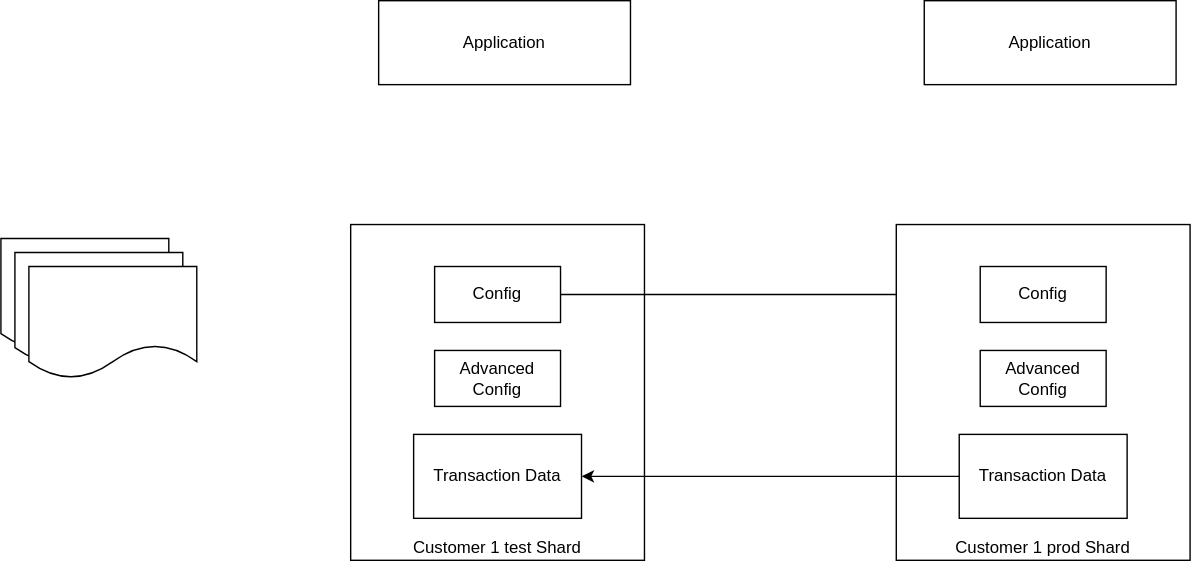
Earlier version of the draw.io export integrationtestingenvironment.svg (vjavle/invoicecloud). Source tidied: cells renumbered, new cells last; positions are measured from the earlier drawing's top-left corner, leaving out a move shared by most shapes.
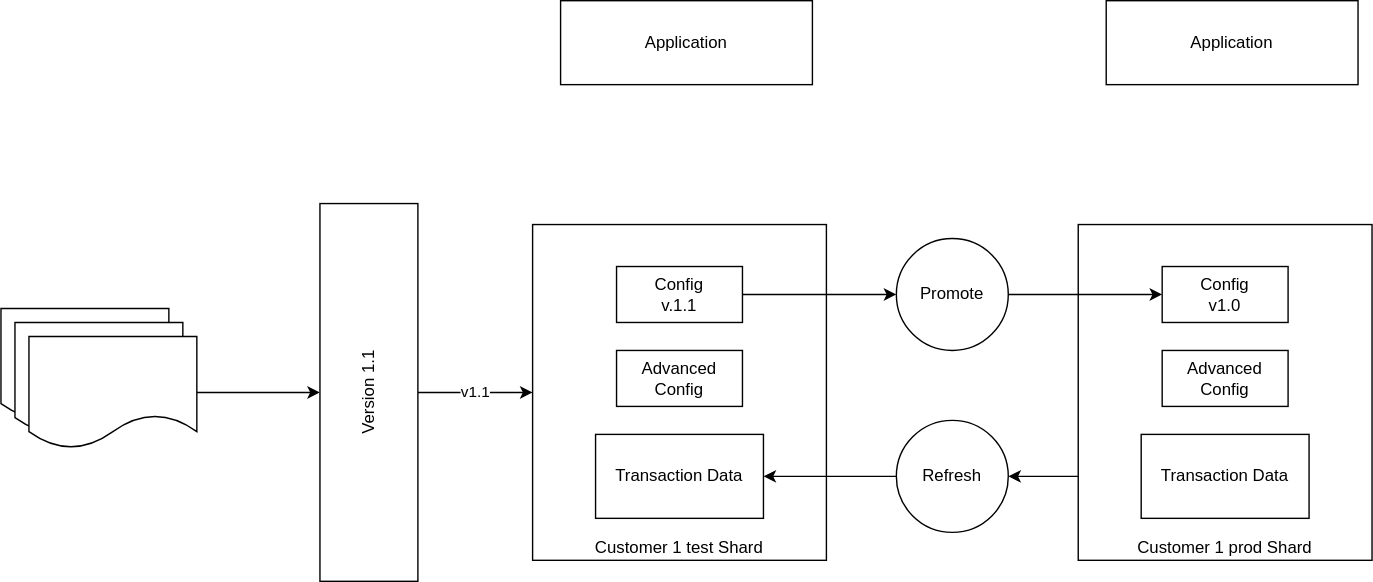
The same file after the commit.

The edit, as a diff of the source:
```diff
@@ -3,21 +3,24 @@
     <mxCell id="0" />
     <mxCell id="1" parent="0" />
     <mxCell id="2" style="shape=document;whiteSpace=wrap;html=1;boundedLbl=1;" parent="1" vertex="1">
-      <mxGeometry y="170" width="120" height="80" as="geometry" />
+      <mxGeometry x="-130" y="220" width="120" height="80" as="geometry" />
     </mxCell>
     <mxCell id="3" style="shape=document;whiteSpace=wrap;html=1;boundedLbl=1;" parent="1" vertex="1">
-      <mxGeometry x="10" y="180" width="120" height="80" as="geometry" />
+      <mxGeometry x="-120" y="230" width="120" height="80" as="geometry" />
     </mxCell>
+    <mxCell id="17" style="edgeStyle=orthogonalEdgeStyle;rounded=0;jettySize=auto;html=1;" parent="1" edge="1" source="4" target="21">
+      <mxGeometry relative="1" as="geometry" />
+    </mxCell>
     <mxCell id="4" style="shape=document;whiteSpace=wrap;html=1;boundedLbl=1;" parent="1" vertex="1">
-      <mxGeometry x="20" y="190" width="120" height="80" as="geometry" />
+      <mxGeometry x="-110" y="240" width="120" height="80" as="geometry" />
     </mxCell>
     <mxCell id="5" value="Customer 1 test Shard" style="rounded=0;whiteSpace=wrap;html=1;verticalAlign=bottom;" parent="1" vertex="1">
       <mxGeometry x="250" y="160" width="210" height="240" as="geometry" />
     </mxCell>
-    <mxCell id="6" style="edgeStyle=orthogonalEdgeStyle;rounded=0;jettySize=auto;html=1;" parent="1" edge="1" source="7" target="12">
-      <mxGeometry relative="1" as="geometry" />
-    </mxCell>
+    <mxCell id="18" style="edgeStyle=orthogonalEdgeStyle;rounded=0;jettySize=auto;html=1;" parent="1" edge="1" source="7" target="25">
+      <mxGeometry relative="1" as="geometry" />
+    </mxCell>
-    <mxCell id="7" value="Config" style="rounded=0;whiteSpace=wrap;html=1;" parent="1" vertex="1">
+    <mxCell id="7" value="Config&lt;br&gt;v.1.1" style="rounded=0;whiteSpace=wrap;html=1;" parent="1" vertex="1">
       <mxGeometry x="310" y="190" width="90" height="40" as="geometry" />
     </mxCell>
     <mxCell id="8" value="Advanced Config" style="rounded=0;whiteSpace=wrap;html=1;" parent="1" vertex="1">
@@ -29,23 +32,46 @@
     <mxCell id="10" value="Application" style="rounded=0;whiteSpace=wrap;html=1;" parent="1" vertex="1">
       <mxGeometry x="270" width="180" height="60" as="geometry" />
     </mxCell>
+    <mxCell id="19" style="edgeStyle=orthogonalEdgeStyle;rounded=0;jettySize=auto;html=1;exitX=0;exitY=0.75;exitDx=0;exitDy=0;" parent="1" edge="1" source="11" target="23">
+      <mxGeometry relative="1" as="geometry" />
+    </mxCell>
     <mxCell id="11" value="&lt;span&gt;Customer 1 prod Shard&lt;/span&gt;" style="rounded=0;whiteSpace=wrap;html=1;verticalAlign=bottom;" parent="1" vertex="1">
       <mxGeometry x="640" y="160" width="210" height="240" as="geometry" />
     </mxCell>
-    <mxCell id="12" value="Config" style="rounded=0;whiteSpace=wrap;html=1;" parent="1" vertex="1">
+    <mxCell id="12" value="Config&lt;br&gt;v1.0" style="rounded=0;whiteSpace=wrap;html=1;" parent="1" vertex="1">
       <mxGeometry x="700" y="190" width="90" height="40" as="geometry" />
     </mxCell>
     <mxCell id="13" value="Advanced Config" style="rounded=0;whiteSpace=wrap;html=1;" parent="1" vertex="1">
       <mxGeometry x="700" y="250" width="90" height="40" as="geometry" />
     </mxCell>
-    <mxCell id="14" style="edgeStyle=orthogonalEdgeStyle;rounded=0;jettySize=auto;html=1;" parent="1" edge="1" source="15" target="9">
-      <mxGeometry relative="1" as="geometry" />
-    </mxCell>
     <mxCell id="15" value="Transaction Data" style="rounded=0;whiteSpace=wrap;html=1;" parent="1" vertex="1">
       <mxGeometry x="685" y="310" width="120" height="60" as="geometry" />
     </mxCell>
     <mxCell id="16" value="Application" style="rounded=0;whiteSpace=wrap;html=1;" parent="1" vertex="1">
       <mxGeometry x="660" width="180" height="60" as="geometry" />
     </mxCell>
+    <mxCell id="20" value="v1.1" style="edgeStyle=orthogonalEdgeStyle;rounded=0;jettySize=auto;html=1;" parent="1" edge="1" source="21" target="5">
+      <mxGeometry relative="1" as="geometry">
+        <Array as="points">
+          <mxPoint x="210" y="280" />
+          <mxPoint x="210" y="280" />
+        </Array>
+      </mxGeometry>
+    </mxCell>
+    <mxCell id="21" value="Version 1.1" style="rounded=0;whiteSpace=wrap;html=1;horizontal=0;" parent="1" vertex="1">
+      <mxGeometry x="98" y="145" width="70" height="270" as="geometry" />
+    </mxCell>
+    <mxCell id="22" style="edgeStyle=orthogonalEdgeStyle;rounded=0;jettySize=auto;html=1;" parent="1" edge="1" source="23" target="9">
+      <mxGeometry relative="1" as="geometry" />
+    </mxCell>
+    <mxCell id="23" value="Refresh" style="ellipse;whiteSpace=wrap;html=1;" parent="1" vertex="1">
+      <mxGeometry x="510" y="300" width="80" height="80" as="geometry" />
+    </mxCell>
+    <mxCell id="24" style="edgeStyle=orthogonalEdgeStyle;rounded=0;jettySize=auto;html=1;" parent="1" edge="1" source="25" target="12">
+      <mxGeometry relative="1" as="geometry" />
+    </mxCell>
+    <mxCell id="25" value="Promote" style="ellipse;whiteSpace=wrap;html=1;" parent="1" vertex="1">
+      <mxGeometry x="510" y="170" width="80" height="80" as="geometry" />
+    </mxCell>
   </root>
 </mxGraphModel>
```
